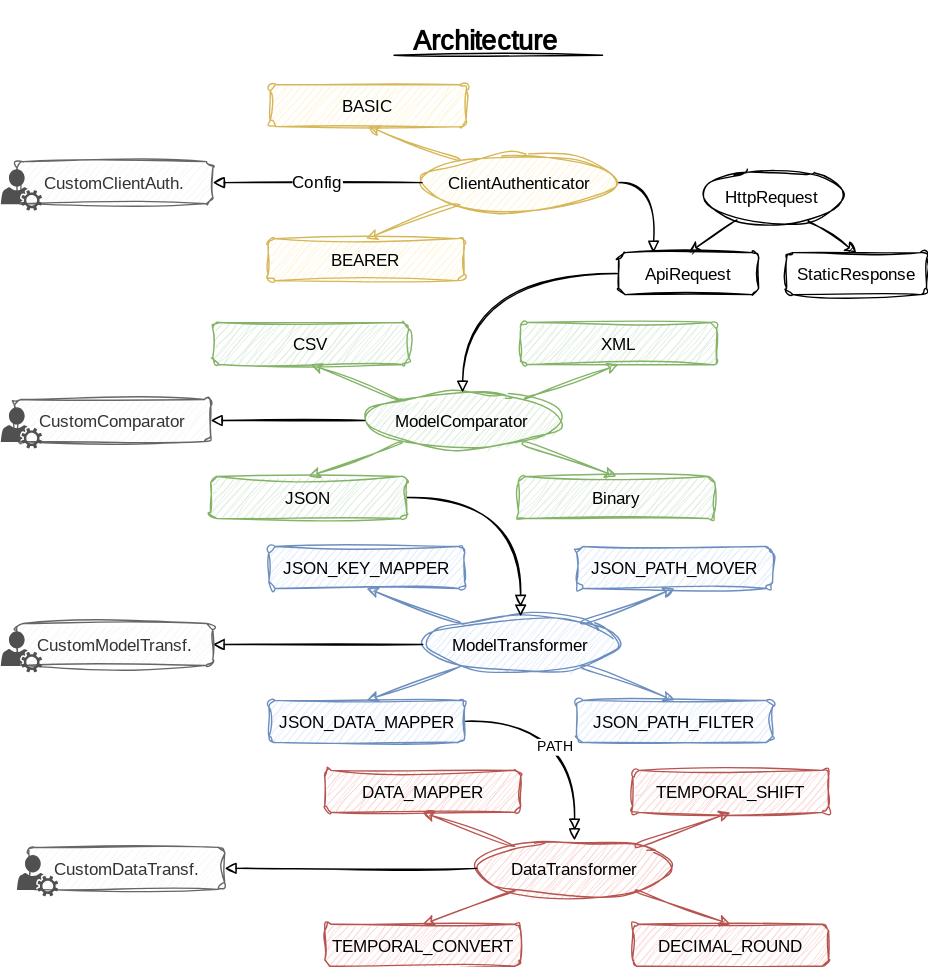
This is doc/diagram/architecture.diagram.svg from oneteme/assertapi-core, a draw.io export, as it was before one commit. Source tidied: cells renumbered, new cells last; positions are measured from the earlier drawing's top-left corner, leaving out a move shared by most shapes.
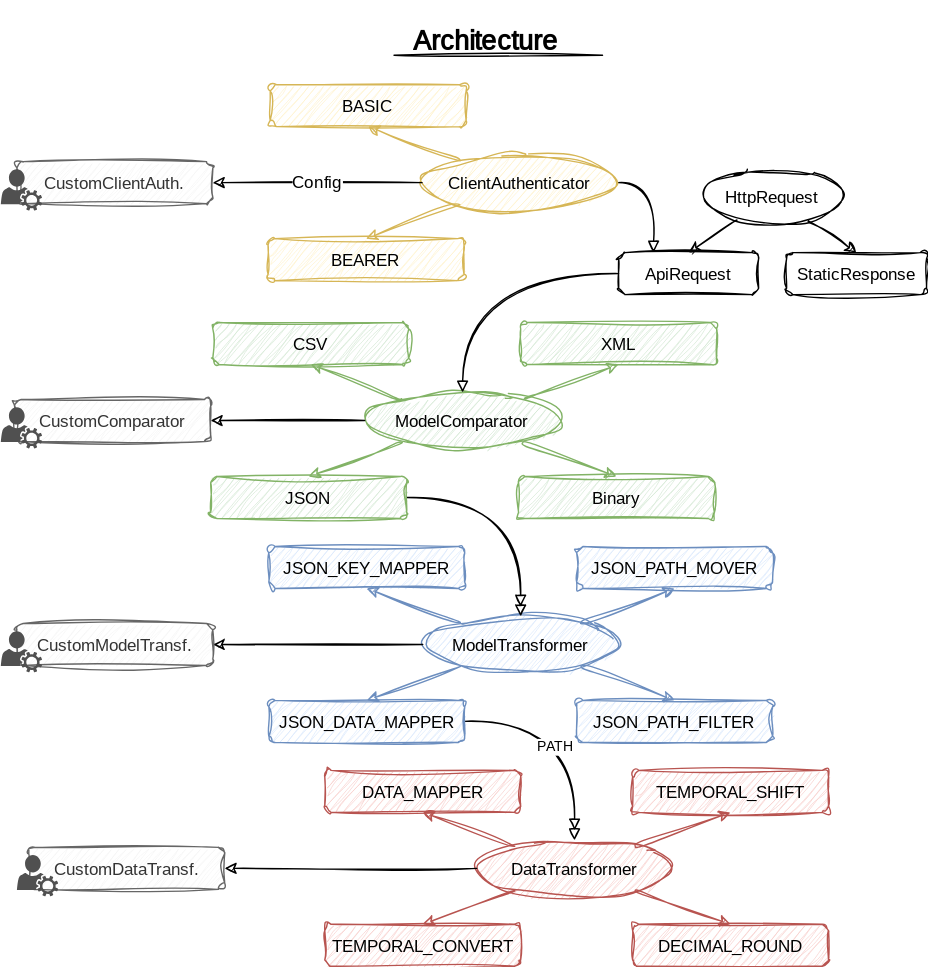
The same file after the commit.

Change to the diagram source:
```diff
@@ -110,19 +110,19 @@
     <mxCell id="37" style="curved=1;noEdgeStyle=1;entryX=0.5;entryY=0;entryDx=0;entryDy=0;sketch=1;curveFitting=1;jiggle=2;fontSize=12;fontFamily=Architects Daughter;fontSource=https%3A%2F%2Ffonts.googleapis.com%2Fcss%3Ffamily%3DArchitects%2BDaughter;" parent="1" edge="1" source="32" target="36">
       <mxGeometry relative="1" as="geometry" />
     </mxCell>
-    <mxCell id="38" style="rounded=0;sketch=1;jettySize=auto;html=1;fontFamily=Architects Daughter;fontSize=12;endArrow=block;endFill=0;exitX=0;exitY=0.5;exitDx=0;exitDy=0;fontSource=https%3A%2F%2Ffonts.googleapis.com%2Fcss%3Ffamily%3DArchitects%2BDaughter;" parent="1" edge="1" source="13" target="39">
+    <mxCell id="38" style="rounded=0;sketch=1;jettySize=auto;html=1;fontFamily=Architects Daughter;fontSize=12;endArrow=classic;endFill=1;exitX=0;exitY=0.5;exitDx=0;exitDy=0;fontSource=https%3A%2F%2Ffonts.googleapis.com%2Fcss%3Ffamily%3DArchitects%2BDaughter;" parent="1" edge="1" source="13" target="39">
       <mxGeometry relative="1" as="geometry" />
     </mxCell>
     <mxCell id="39" value="CustomComparator" style="rounded=1;sketch=1;curveFitting=1;jiggle=2;fontSize=12;fontFamily=Architects Daughter;fillColor=#f5f5f5;strokeColor=#666666;fontColor=#333333;fontSource=https%3A%2F%2Ffonts.googleapis.com%2Fcss%3Ffamily%3DArchitects%2BDaughter;" parent="1" vertex="1">
       <mxGeometry x="10" y="275" width="140" height="30" as="geometry" />
     </mxCell>
-    <mxCell id="40" style="rounded=0;sketch=1;jettySize=auto;html=1;fontFamily=Architects Daughter;fontSize=12;endArrow=block;endFill=0;exitX=0;exitY=0.5;exitDx=0;exitDy=0;fontSource=https%3A%2F%2Ffonts.googleapis.com%2Fcss%3Ffamily%3DArchitects%2BDaughter;" parent="1" edge="1" source="2" target="41">
+    <mxCell id="40" style="rounded=0;sketch=1;jettySize=auto;html=1;fontFamily=Architects Daughter;fontSize=12;endArrow=classic;endFill=1;exitX=0;exitY=0.5;exitDx=0;exitDy=0;fontSource=https%3A%2F%2Ffonts.googleapis.com%2Fcss%3Ffamily%3DArchitects%2BDaughter;" parent="1" edge="1" source="2" target="41">
       <mxGeometry relative="1" as="geometry" />
     </mxCell>
     <mxCell id="41" value="CustomModelTransf." style="rounded=1;sketch=1;curveFitting=1;jiggle=2;fontSize=12;fontFamily=Architects Daughter;fillColor=#f5f5f5;strokeColor=#666666;fontColor=#333333;fontSource=https%3A%2F%2Ffonts.googleapis.com%2Fcss%3Ffamily%3DArchitects%2BDaughter;" parent="1" vertex="1">
       <mxGeometry x="11.5" y="435" width="140" height="30" as="geometry" />
     </mxCell>
-    <mxCell id="42" style="rounded=0;sketch=1;jettySize=auto;html=1;fontFamily=Architects Daughter;fontSize=12;endArrow=block;endFill=0;fontSource=https%3A%2F%2Ffonts.googleapis.com%2Fcss%3Ffamily%3DArchitects%2BDaughter;" parent="1" edge="1" source="23" target="43">
+    <mxCell id="42" style="rounded=0;sketch=1;jettySize=auto;html=1;fontFamily=Architects Daughter;fontSize=12;endArrow=classic;endFill=1;fontSource=https%3A%2F%2Ffonts.googleapis.com%2Fcss%3Ffamily%3DArchitects%2BDaughter;" parent="1" edge="1" source="23" target="43">
       <mxGeometry relative="1" as="geometry" />
     </mxCell>
     <mxCell id="43" value="CustomDataTransf." style="rounded=1;sketch=1;curveFitting=1;jiggle=2;fontSize=12;fontFamily=Architects Daughter;fillColor=#f5f5f5;strokeColor=#666666;fontColor=#333333;fontSource=https%3A%2F%2Ffonts.googleapis.com%2Fcss%3Ffamily%3DArchitects%2BDaughter;" parent="1" vertex="1">
@@ -155,7 +155,7 @@
     <mxCell id="52" style="curved=1;noEdgeStyle=1;entryX=0.5;entryY=1;entryDx=0;entryDy=0;sketch=1;curveFitting=1;jiggle=2;fontSize=12;fontFamily=Architects Daughter;fillColor=#fff2cc;strokeColor=#d6b656;fontSource=https%3A%2F%2Ffonts.googleapis.com%2Fcss%3Ffamily%3DArchitects%2BDaughter;" parent="1" edge="1" source="48" target="51">
       <mxGeometry relative="1" as="geometry" />
     </mxCell>
-    <mxCell id="53" value="Config" style="rounded=0;sketch=1;jettySize=auto;html=1;fontFamily=Architects Daughter;fontSize=12;endArrow=block;endFill=0;exitX=0;exitY=0.5;exitDx=0;exitDy=0;fontSource=https%3A%2F%2Ffonts.googleapis.com%2Fcss%3Ffamily%3DArchitects%2BDaughter;" parent="1" edge="1" source="48" target="54">
+    <mxCell id="53" value="Config" style="rounded=0;sketch=1;jettySize=auto;html=1;fontFamily=Architects Daughter;fontSize=12;endArrow=classic;endFill=1;exitX=0;exitY=0.5;exitDx=0;exitDy=0;fontSource=https%3A%2F%2Ffonts.googleapis.com%2Fcss%3Ffamily%3DArchitects%2BDaughter;" parent="1" edge="1" source="48" target="54">
       <mxGeometry relative="1" as="geometry" />
     </mxCell>
     <mxCell id="54" value="CustomClientAuth." style="rounded=1;sketch=1;curveFitting=1;jiggle=2;fontSize=12;fontFamily=Architects Daughter;fillColor=#f5f5f5;strokeColor=#666666;fontColor=#333333;fontSource=https%3A%2F%2Ffonts.googleapis.com%2Fcss%3Ffamily%3DArchitects%2BDaughter;" parent="1" vertex="1">
```
